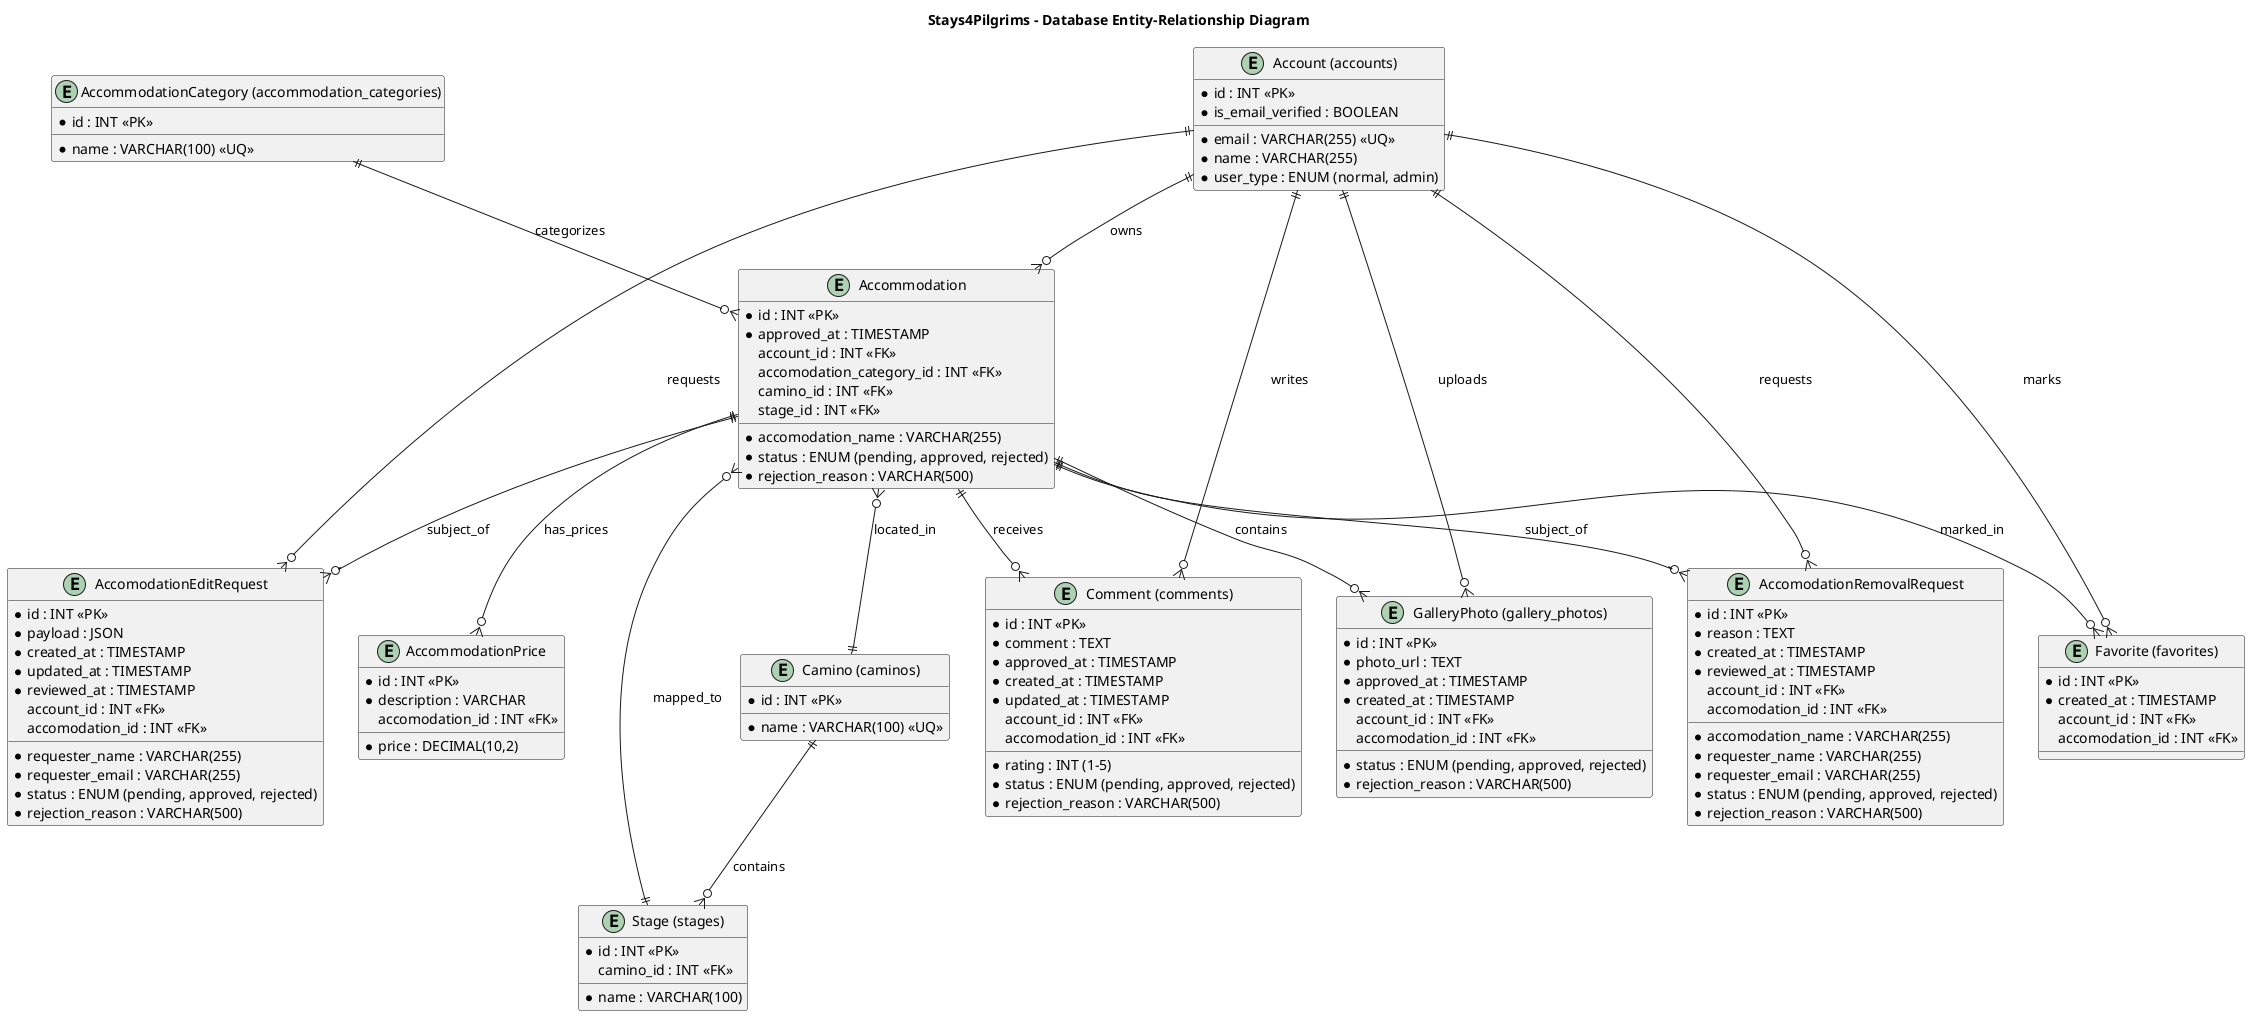
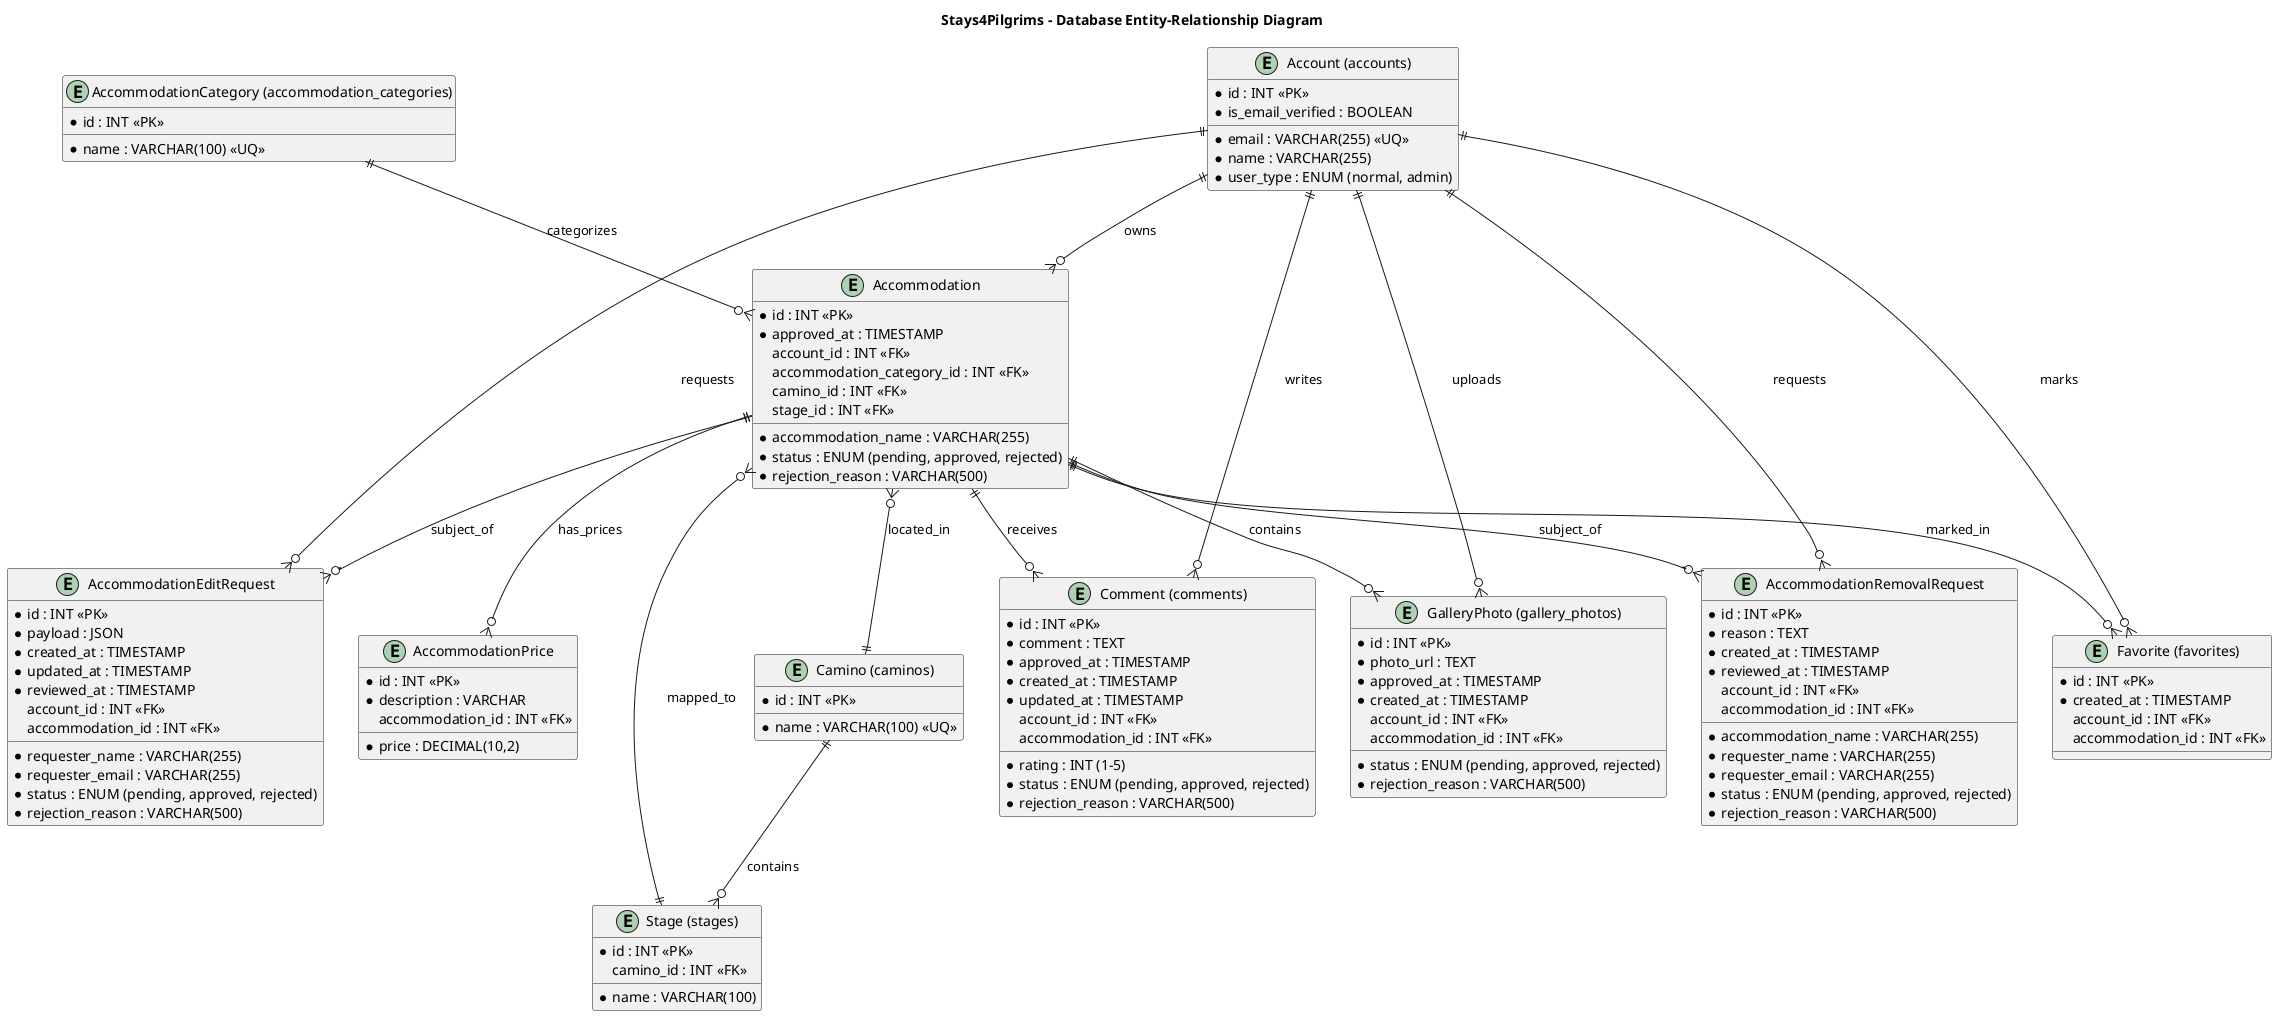
@startuml
title Stays4Pilgrims - Database Entity-Relationship Diagram

entity "Account (accounts)" as account {
  * id : INT <<PK>>
  * email : VARCHAR(255) <<UQ>>
  * name : VARCHAR(255)
  * user_type : ENUM (normal, admin)
  * is_email_verified : BOOLEAN
}

entity "Accommodation" as accommodation {
  * id : INT <<PK>>
-   * accomodation_name : VARCHAR(255)
+   * accommodation_name : VARCHAR(255)
  * status : ENUM (pending, approved, rejected)
  * approved_at : TIMESTAMP
  * rejection_reason : VARCHAR(500)
  account_id : INT <<FK>>
-   accomodation_category_id : INT <<FK>>
+   accommodation_category_id : INT <<FK>>
  camino_id : INT <<FK>>
  stage_id : INT <<FK>>
}

- entity "AccommodationCategory (accommodation_categories)" as accomodation_category {
+ entity "AccommodationCategory (accommodation_categories)" as accommodation_category {
  * id : INT <<PK>>
  * name : VARCHAR(100) <<UQ>>
}

entity "Comment (comments)" as comment {
  * id : INT <<PK>>
  * rating : INT (1-5)
  * comment : TEXT
  * status : ENUM (pending, approved, rejected)
  * approved_at : TIMESTAMP
  * rejection_reason : VARCHAR(500)
  * created_at : TIMESTAMP
  * updated_at : TIMESTAMP
  account_id : INT <<FK>>
-   accomodation_id : INT <<FK>>
+   accommodation_id : INT <<FK>>
}

entity "GalleryPhoto (gallery_photos)" as gallery_photo {
  * id : INT <<PK>>
  * photo_url : TEXT
  * status : ENUM (pending, approved, rejected)
  * approved_at : TIMESTAMP
  * rejection_reason : VARCHAR(500)
  * created_at : TIMESTAMP
  account_id : INT <<FK>>
-   accomodation_id : INT <<FK>>
+   accommodation_id : INT <<FK>>
}

entity "Favorite (favorites)" as favorite {
  * id : INT <<PK>>
  * created_at : TIMESTAMP
  account_id : INT <<FK>>
-   accomodation_id : INT <<FK>>
+   accommodation_id : INT <<FK>>
}

- entity "AccommodationPrice" as accomodation_price {
+ entity "AccommodationPrice" as accommodation_price {
  * id : INT <<PK>>
  * description : VARCHAR
  * price : DECIMAL(10,2)
-   accomodation_id : INT <<FK>>
+   accommodation_id : INT <<FK>>
}

- entity "AccomodationRemovalRequest" as accomodation_removal_request {
+ entity "AccommodationRemovalRequest" as accommodation_removal_request {
  * id : INT <<PK>>
-   * accomodation_name : VARCHAR(255)
+   * accommodation_name : VARCHAR(255)
  * requester_name : VARCHAR(255)
  * requester_email : VARCHAR(255)
  * reason : TEXT
  * status : ENUM (pending, approved, rejected)
  * created_at : TIMESTAMP
  * reviewed_at : TIMESTAMP
  * rejection_reason : VARCHAR(500)
  account_id : INT <<FK>>
-   accomodation_id : INT <<FK>>
+   accommodation_id : INT <<FK>>
}

- entity "AccomodationEditRequest" as accomodation_edit_request {
+ entity "AccommodationEditRequest" as accommodation_edit_request {
  * id : INT <<PK>>
  * requester_name : VARCHAR(255)
  * requester_email : VARCHAR(255)
  * payload : JSON
  * status : ENUM (pending, approved, rejected)
  * created_at : TIMESTAMP
  * updated_at : TIMESTAMP
  * reviewed_at : TIMESTAMP
  * rejection_reason : VARCHAR(500)
  account_id : INT <<FK>>
-   accomodation_id : INT <<FK>>
+   accommodation_id : INT <<FK>>
}

entity "Camino (caminos)" as camino {
  * id : INT <<PK>>
  * name : VARCHAR(100) <<UQ>>
}

entity "Stage (stages)" as stage {
  * id : INT <<PK>>
  * name : VARCHAR(100)
  camino_id : INT <<FK>>
}

' Relationships
account ||--o{ accommodation : "owns"
account ||--o{ comment : "writes"
account ||--o{ gallery_photo : "uploads"
account ||--o{ favorite : "marks"
- account ||--o{ accomodation_removal_request : "requests"
- account ||--o{ accomodation_edit_request : "requests"
+ account ||--o{ accommodation_removal_request : "requests"
+ account ||--o{ accommodation_edit_request : "requests"

- accomodation_category ||--o{ accommodation : "categorizes"
+ accommodation_category ||--o{ accommodation : "categorizes"
accommodation ||--o{ comment : "receives"
accommodation ||--o{ gallery_photo : "contains"
accommodation ||--o{ favorite : "marked_in"
- accommodation ||--o{ accomodation_price : "has_prices"
- accommodation ||--o{ accomodation_removal_request : "subject_of"
- accommodation ||--o{ accomodation_edit_request : "subject_of"
+ accommodation ||--o{ accommodation_price : "has_prices"
+ accommodation ||--o{ accommodation_removal_request : "subject_of"
+ accommodation ||--o{ accommodation_edit_request : "subject_of"
accommodation }o--|| camino : "located_in"
accommodation }o--|| stage : "mapped_to"

camino ||--o{ stage : "contains"

@enduml
